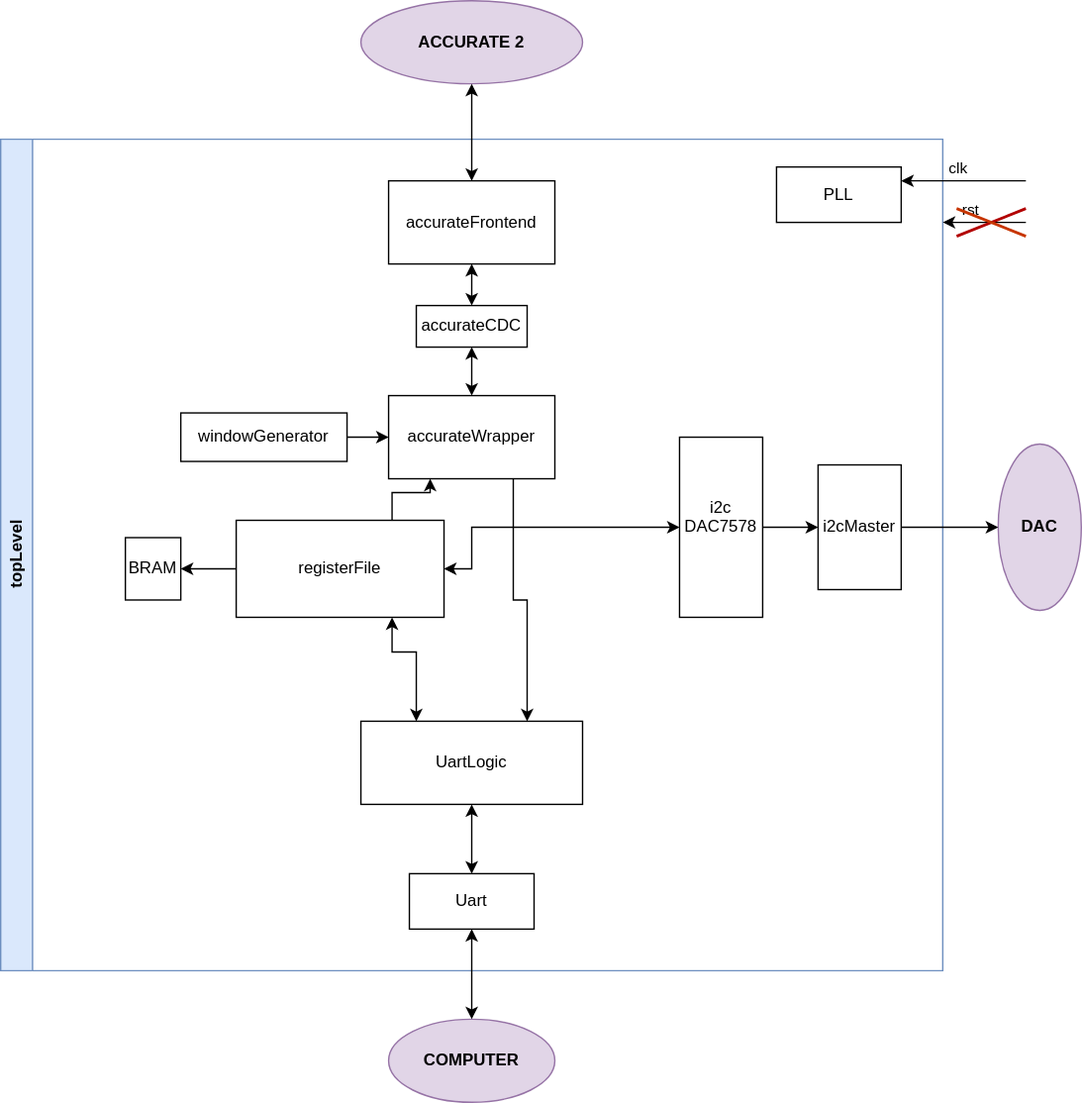
Above: VHDL_Diagram.svg in boukabache/ACCURATE2_EvalBoard (draw.io), before the change. Source tidied: cells renumbered, new cells last; positions are measured from the earlier drawing's top-left corner, leaving out a move shared by most shapes.
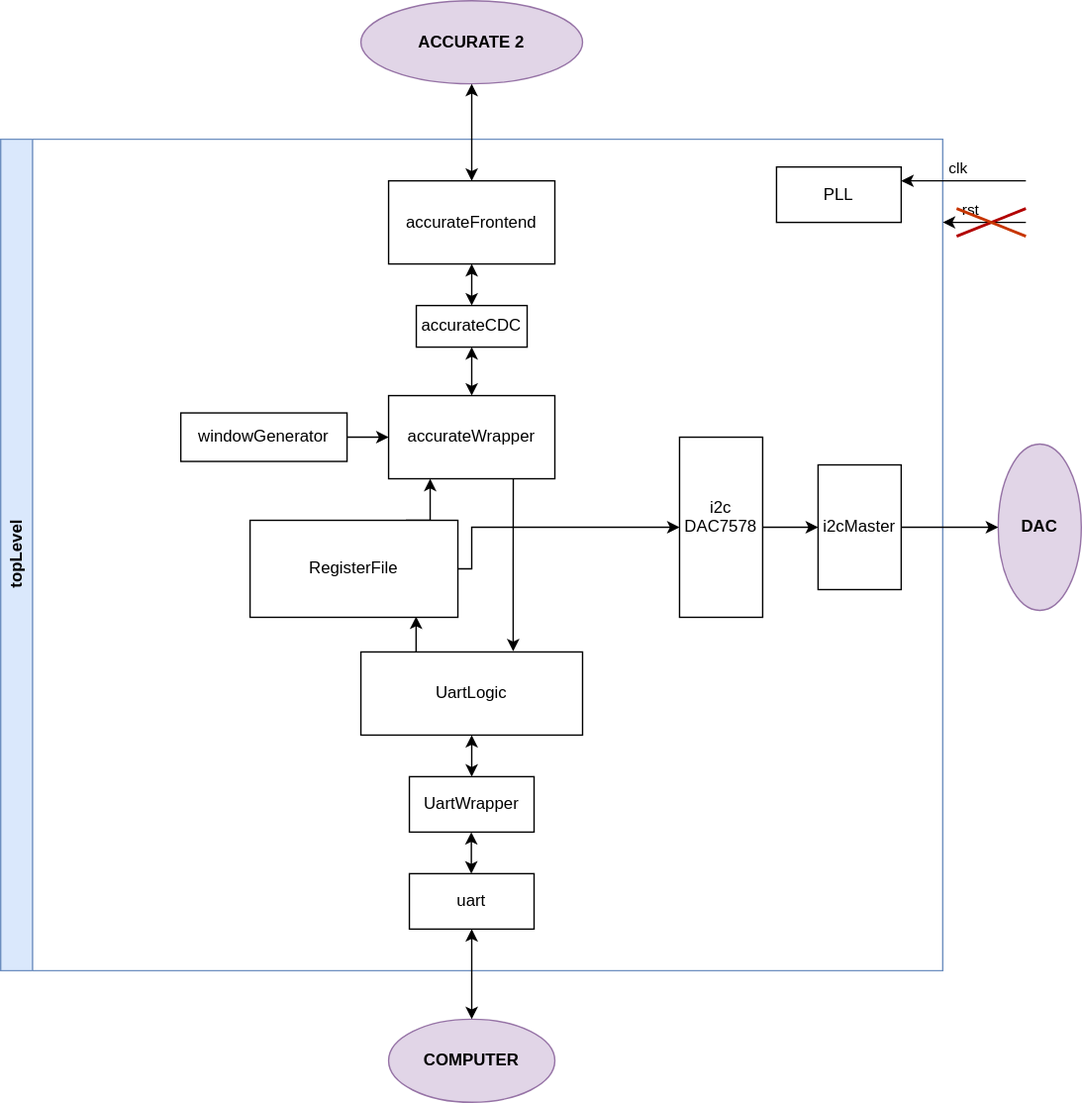
After the commit.

Commit message:
Add register file description

The edit, as a diff of the source:
```diff
@@ -14,22 +14,19 @@
     <mxCell id="5" value="i2c&lt;div&gt;DAC7578&lt;div&gt;&lt;br&gt;&lt;/div&gt;&lt;/div&gt;" style="whiteSpace=wrap;html=1;direction=south;" parent="2" vertex="1">
       <mxGeometry x="490" y="215" width="60" height="130" as="geometry" />
     </mxCell>
-    <mxCell id="6" value="Uart" style="rounded=0;whiteSpace=wrap;html=1;" parent="2" vertex="1">
+    <mxCell id="6" value="uart" style="rounded=0;whiteSpace=wrap;html=1;" parent="2" vertex="1">
       <mxGeometry x="295" y="530" width="90" height="40" as="geometry" />
     </mxCell>
-    <mxCell id="7" style="edgeStyle=orthogonalEdgeStyle;rounded=0;jettySize=auto;html=1;entryX=0.5;entryY=0;entryDx=0;entryDy=0;startArrow=classic;startFill=1;" parent="2" edge="1" source="9" target="6">
-      <mxGeometry relative="1" as="geometry" />
-    </mxCell>
-    <mxCell id="8" style="edgeStyle=orthogonalEdgeStyle;rounded=0;jettySize=auto;html=1;exitX=0.25;exitY=0;exitDx=0;exitDy=0;entryX=0.75;entryY=1;entryDx=0;entryDy=0;startArrow=classic;startFill=1;" parent="2" edge="1" source="9" target="23">
+    <mxCell id="8" style="edgeStyle=orthogonalEdgeStyle;rounded=0;jettySize=auto;html=1;exitX=0.25;exitY=0;exitDx=0;exitDy=0;startArrow=classic;startFill=1;entryX=0.799;entryY=0.992;entryDx=0;entryDy=0;entryPerimeter=0;" parent="2" edge="1" target="23">
       <mxGeometry relative="1" as="geometry">
+        <mxPoint x="300" y="420.1" as="sourcePoint" />
         <Array as="points">
-          <mxPoint x="300" y="370" />
-          <mxPoint x="283" y="370" />
+          <mxPoint x="300" y="344" />
         </Array>
       </mxGeometry>
     </mxCell>
     <mxCell id="9" value="UartLogic" style="whiteSpace=wrap;html=1;" parent="2" vertex="1">
-      <mxGeometry x="260" y="420" width="160" height="60" as="geometry" />
+      <mxGeometry x="260" y="370" width="160" height="60" as="geometry" />
     </mxCell>
     <mxCell id="10" value="COMPUTER" style="ellipse;whiteSpace=wrap;html=1;fillColor=#e1d5e7;strokeColor=#9673a6;fontStyle=1;startSize=23;direction=south;" parent="2" vertex="1">
       <mxGeometry x="280" y="635" width="120" height="60" as="geometry" />
@@ -61,13 +58,10 @@
     <mxCell id="19" value="windowGenerator" style="whiteSpace=wrap;html=1;" parent="2" vertex="1">
       <mxGeometry x="130" y="197.5" width="120" height="35" as="geometry" />
     </mxCell>
-    <mxCell id="20" style="edgeStyle=orthogonalEdgeStyle;rounded=0;jettySize=auto;html=1;" parent="2" edge="1" source="23" target="25">
-      <mxGeometry relative="1" as="geometry" />
-    </mxCell>
     <mxCell id="21" style="edgeStyle=orthogonalEdgeStyle;rounded=0;jettySize=auto;html=1;exitX=0.75;exitY=0;exitDx=0;exitDy=0;entryX=0.25;entryY=1;entryDx=0;entryDy=0;" parent="2" edge="1" source="23" target="17">
       <mxGeometry relative="1" as="geometry" />
     </mxCell>
-    <mxCell id="22" style="edgeStyle=orthogonalEdgeStyle;rounded=0;jettySize=auto;html=1;exitX=1;exitY=0.5;exitDx=0;exitDy=0;startArrow=classic;startFill=1;" parent="2" edge="1" source="23" target="5">
+    <mxCell id="22" style="edgeStyle=orthogonalEdgeStyle;rounded=0;jettySize=auto;html=1;exitX=1;exitY=0.5;exitDx=0;exitDy=0;startArrow=none;startFill=0;endArrow=classic;endFill=1;" parent="2" edge="1" source="23" target="5">
       <mxGeometry relative="1" as="geometry">
         <Array as="points">
           <mxPoint x="340" y="310" />
@@ -75,15 +69,24 @@
         </Array>
       </mxGeometry>
     </mxCell>
-    <mxCell id="23" value="registerFile" style="whiteSpace=wrap;html=1;" parent="2" vertex="1">
-      <mxGeometry x="170" y="275" width="150" height="70" as="geometry" />
+    <mxCell id="23" value="RegisterFile" style="whiteSpace=wrap;html=1;" parent="2" vertex="1">
+      <mxGeometry x="180" y="275" width="150" height="70" as="geometry" />
     </mxCell>
-    <mxCell id="24" style="edgeStyle=orthogonalEdgeStyle;rounded=0;jettySize=auto;html=1;exitX=0.75;exitY=0;exitDx=0;exitDy=0;entryX=0.75;entryY=1;entryDx=0;entryDy=0;startArrow=classic;startFill=1;endArrow=none;endFill=0;" parent="2" edge="1" source="9" target="17">
+    <mxCell id="24" style="edgeStyle=orthogonalEdgeStyle;rounded=0;jettySize=auto;html=1;exitX=0.687;exitY=-0.007;exitDx=0;exitDy=0;entryX=0.75;entryY=1;entryDx=0;entryDy=0;startArrow=classic;startFill=1;endArrow=none;endFill=0;exitPerimeter=0;" parent="2" edge="1" source="9" target="17">
       <mxGeometry relative="1" as="geometry" />
     </mxCell>
-    <mxCell id="25" value="BRAM" style="whiteSpace=wrap;html=1;direction=south;" parent="2" vertex="1">
-      <mxGeometry x="90" y="287.5" width="40" height="45" as="geometry" />
-    </mxCell>
+    <mxCell id="36" style="edgeStyle=orthogonalEdgeStyle;rounded=0;jettySize=auto;html=1;exitX=0.5;exitY=0;exitDx=0;exitDy=0;startArrow=classic;startFill=1;" parent="2" edge="1" source="37" target="9">
+      <mxGeometry relative="1" as="geometry" />
+    </mxCell>
+    <mxCell id="37" value="UartWrapper" style="rounded=0;whiteSpace=wrap;html=1;" parent="2" vertex="1">
+      <mxGeometry x="295" y="460" width="90" height="40" as="geometry" />
+    </mxCell>
+    <mxCell id="38" style="edgeStyle=orthogonalEdgeStyle;rounded=0;orthogonalLoop=1;jettySize=auto;html=1;exitX=0.5;exitY=0;exitDx=0;exitDy=0;startArrow=classic;startFill=1;" parent="2" edge="1">
+      <mxGeometry relative="1" as="geometry">
+        <mxPoint x="339.7" y="530" as="sourcePoint" />
+        <mxPoint x="339.7" y="500" as="targetPoint" />
+      </mxGeometry>
+    </mxCell>
     <mxCell id="26" value="ACCURATE 2" style="ellipse;whiteSpace=wrap;html=1;fontStyle=1;startSize=23;fillColor=#e1d5e7;strokeColor=#9673a6;" parent="1" vertex="1">
       <mxGeometry x="260" width="160" height="60" as="geometry" />
     </mxCell>
```
